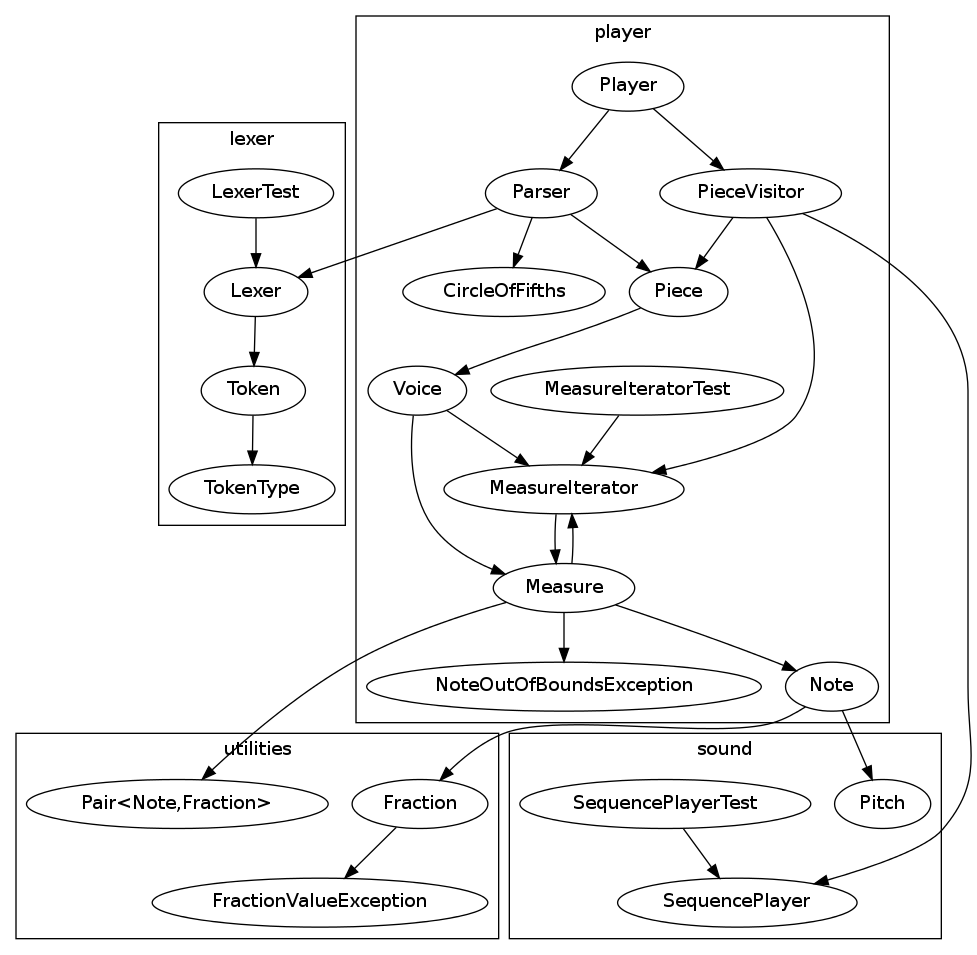
The Graphviz diagram docs/classes.png in Zomega/abcplayer, before a commit. Its source is kept beside it as docs/classes.dot.
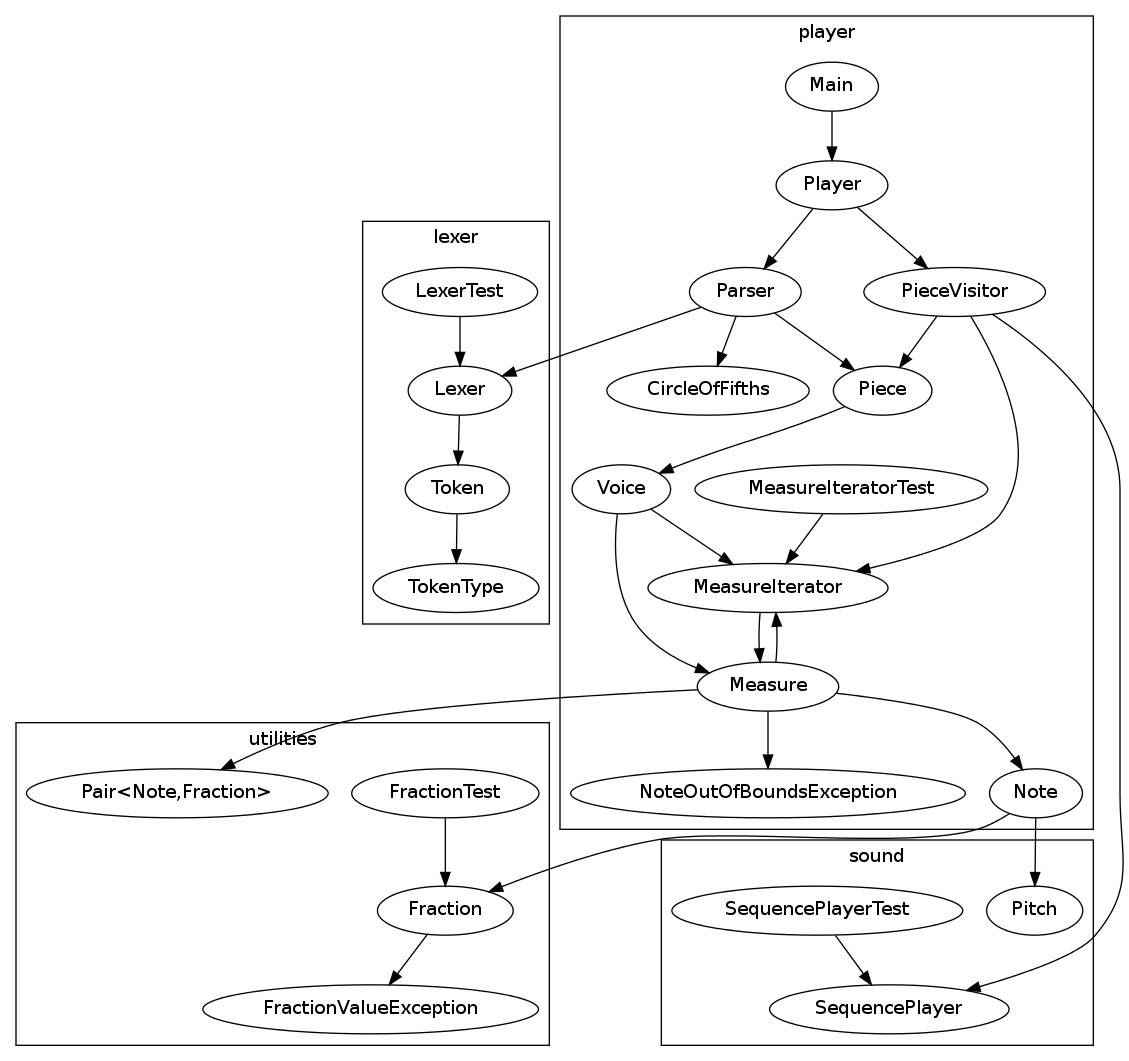
After the change.

Diff of the diagram source:
```diff
@@ -8,7 +8,7 @@
 	}
 	subgraph cluster_utilities {
 		label = "utilities";
-		Fraction->FractionValueException;
+		FractionTest->Fraction->FractionValueException;
 		"Pair<Note,Fraction>";
 	}
 	subgraph cluster_sound {
@@ -20,7 +20,7 @@
 	subgraph cluster_player {
 		label = "player";
 		Parser;
-		Player;
+		Main->Player;
 		PieceVisitor -> Piece;
 		CircleOfFifths;
 		Voice;
```
